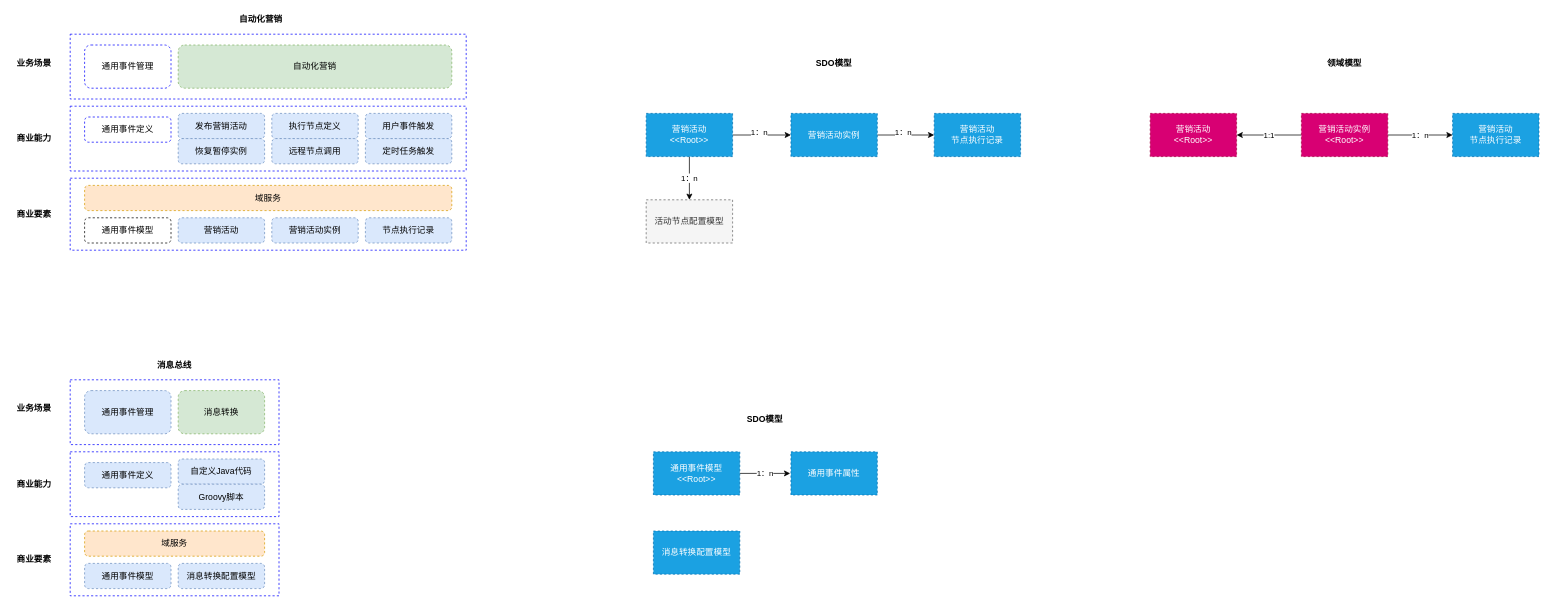
Earlier version of the draw.io diagram page "Page-3" (3 of 3) of Untitled Diagram.drawio (juxiemushu/Personalword). Source tidied: cells renumbered, new cells numbered last; positions are measured from the earlier drawing's top-left corner, leaving out a move shared by most shapes. Both pictures are drawn from the tidied source at 72%, with x=0, y=0 at pixel (12, 12).
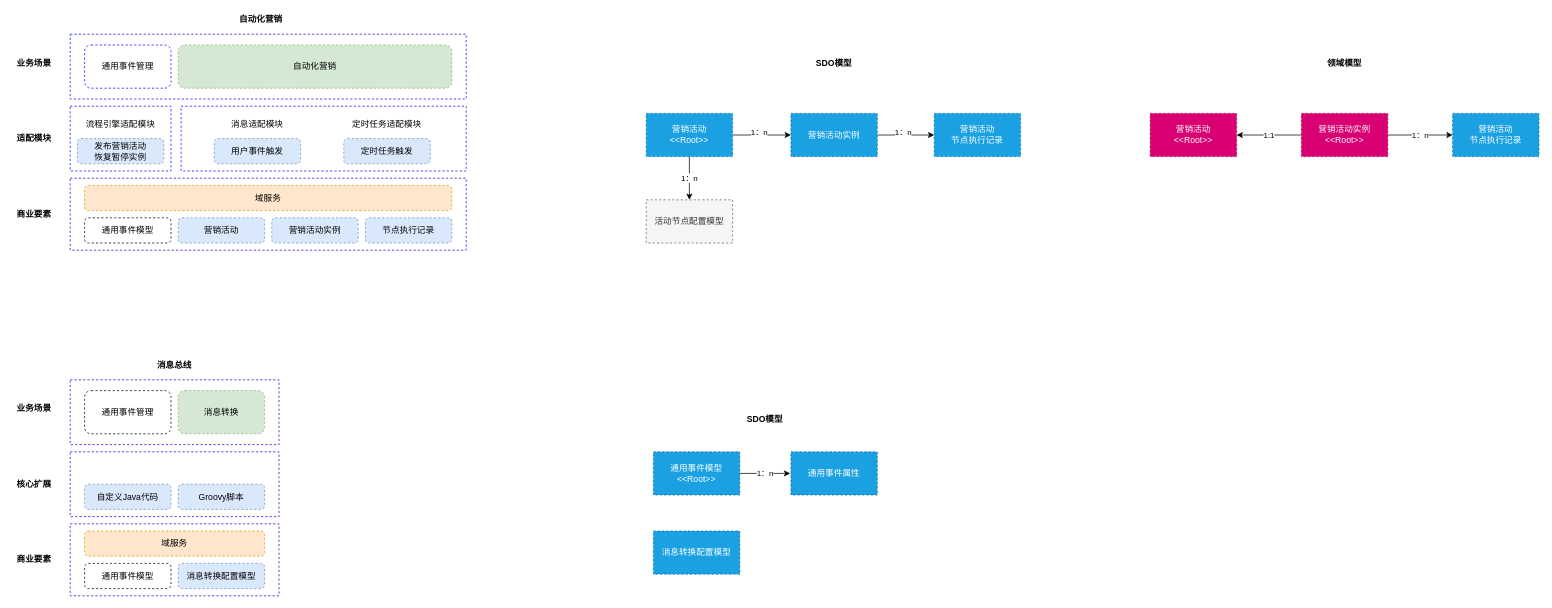
Above is the later version.

The edit, as a diff of the source:
```diff
@@
+    <mxCell id="59" style="rounded=0;whiteSpace=wrap;html=1;dashed=1;strokeColor=#0000FF;" parent="1" vertex="1">
+      <mxGeometry x="234" y="130" width="396" height="90" as="geometry" />
+    </mxCell>
@@
     <mxCell id="7" style="rounded=0;whiteSpace=wrap;html=1;dashed=1;strokeColor=#0000FF;" parent="1" vertex="1">
-      <mxGeometry x="80" y="130" width="550" height="90" as="geometry" />
+      <mxGeometry x="80" y="130" width="140" height="90" as="geometry" />
     </mxCell>
-    <mxCell id="8" value="&lt;b&gt;商业能力&lt;/b&gt;" style="text;html=1;strokeColor=none;fillColor=none;align=center;verticalAlign=middle;whiteSpace=wrap;rounded=0;dashed=1;" parent="1" vertex="1">
+    <mxCell id="8" value="&lt;b&gt;适配模块&lt;/b&gt;" style="text;html=1;strokeColor=none;fillColor=none;align=center;verticalAlign=middle;whiteSpace=wrap;rounded=0;dashed=1;" parent="1" vertex="1">
       <mxGeometry y="165" width="60" height="20" as="geometry" />
     </mxCell>
-    <mxCell id="9" value="通用事件定义" style="rounded=1;whiteSpace=wrap;html=1;dashed=1;strokeColor=#0000FF;" parent="1" vertex="1">
-      <mxGeometry x="100" y="145" width="120" height="35" as="geometry" />
-    </mxCell>
-    <mxCell id="10" value="发布营销活动" style="rounded=1;whiteSpace=wrap;html=1;dashed=1;strokeColor=#6c8ebf;fillColor=#dae8fc;" parent="1" vertex="1">
-      <mxGeometry x="230" y="140" width="120" height="35" as="geometry" />
-    </mxCell>
-    <mxCell id="11" value="恢复暂停实例" style="rounded=1;whiteSpace=wrap;html=1;dashed=1;strokeColor=#6c8ebf;fillColor=#dae8fc;" parent="1" vertex="1">
-      <mxGeometry x="230" y="175" width="120" height="35" as="geometry" />
-    </mxCell>
     <mxCell id="12" value="用户事件触发" style="rounded=1;whiteSpace=wrap;html=1;dashed=1;strokeColor=#6c8ebf;fillColor=#dae8fc;" parent="1" vertex="1">
-      <mxGeometry x="490" y="140" width="120" height="35" as="geometry" />
+      <mxGeometry x="280" y="175" width="120" height="35" as="geometry" />
     </mxCell>
     <mxCell id="13" value="定时任务触发" style="rounded=1;whiteSpace=wrap;html=1;dashed=1;strokeColor=#6c8ebf;fillColor=#dae8fc;" parent="1" vertex="1">
-      <mxGeometry x="490" y="175" width="120" height="35" as="geometry" />
+      <mxGeometry x="460" y="175" width="120" height="35" as="geometry" />
     </mxCell>
-    <mxCell id="14" value="执行节点定义" style="rounded=1;whiteSpace=wrap;html=1;dashed=1;strokeColor=#6c8ebf;fillColor=#dae8fc;" parent="1" vertex="1">
-      <mxGeometry x="360" y="140" width="120" height="35" as="geometry" />
-    </mxCell>
-    <mxCell id="15" value="远程节点调用" style="rounded=1;whiteSpace=wrap;html=1;dashed=1;strokeColor=#6c8ebf;fillColor=#dae8fc;" parent="1" vertex="1">
-      <mxGeometry x="360" y="175" width="120" height="35" as="geometry" />
-    </mxCell>
@@
-    <mxCell id="42" value="通用事件管理" style="rounded=1;whiteSpace=wrap;html=1;dashed=1;strokeColor=#6c8ebf;fillColor=#dae8fc;" parent="1" vertex="1">
+    <mxCell id="42" value="通用事件管理" style="rounded=1;whiteSpace=wrap;html=1;dashed=1;" parent="1" vertex="1">
       <mxGeometry x="100" y="525" width="120" height="60" as="geometry" />
     </mxCell>
@@
-    <mxCell id="45" value="&lt;b&gt;商业能力&lt;/b&gt;" style="text;html=1;strokeColor=none;fillColor=none;align=center;verticalAlign=middle;whiteSpace=wrap;rounded=0;dashed=1;" parent="1" vertex="1">
+    <mxCell id="45" value="&lt;b&gt;核心扩展&lt;/b&gt;" style="text;html=1;strokeColor=none;fillColor=none;align=center;verticalAlign=middle;whiteSpace=wrap;rounded=0;dashed=1;" parent="1" vertex="1">
       <mxGeometry y="645" width="60" height="20" as="geometry" />
     </mxCell>
-    <mxCell id="46" value="通用事件定义" style="rounded=1;whiteSpace=wrap;html=1;dashed=1;strokeColor=#6c8ebf;fillColor=#dae8fc;" parent="1" vertex="1">
-      <mxGeometry x="100" y="625" width="120" height="35" as="geometry" />
-    </mxCell>
     <mxCell id="47" value="自定义Java代码" style="rounded=1;whiteSpace=wrap;html=1;dashed=1;strokeColor=#6c8ebf;fillColor=#dae8fc;" parent="1" vertex="1">
-      <mxGeometry x="230" y="620" width="120" height="35" as="geometry" />
+      <mxGeometry x="100" y="655" width="120" height="35" as="geometry" />
     </mxCell>
@@
-    <mxCell id="52" value="通用事件模型" style="rounded=1;whiteSpace=wrap;html=1;dashed=1;fillColor=#dae8fc;strokeColor=#6c8ebf;" parent="1" vertex="1">
+    <mxCell id="52" value="通用事件模型" style="rounded=1;whiteSpace=wrap;html=1;dashed=1;" parent="1" vertex="1">
       <mxGeometry x="100" y="765" width="120" height="35" as="geometry" />
     </mxCell>
@@
+    <mxCell id="60" value="消息适配模块" style="text;html=1;strokeColor=none;fillColor=none;align=center;verticalAlign=middle;whiteSpace=wrap;rounded=0;dashed=1;" parent="1" vertex="1">
+      <mxGeometry x="300" y="145" width="80" height="20" as="geometry" />
+    </mxCell>
+    <mxCell id="61" value="定时任务适配模块" style="text;html=1;strokeColor=none;fillColor=none;align=center;verticalAlign=middle;whiteSpace=wrap;rounded=0;dashed=1;" parent="1" vertex="1">
+      <mxGeometry x="470" y="145" width="100" height="20" as="geometry" />
+    </mxCell>
+    <mxCell id="62" value="发布营销活动&lt;br&gt;恢复暂停实例" style="rounded=1;whiteSpace=wrap;html=1;dashed=1;strokeColor=#6c8ebf;fillColor=#dae8fc;" parent="1" vertex="1">
+      <mxGeometry x="90" y="175" width="120" height="35" as="geometry" />
+    </mxCell>
+    <mxCell id="63" value="流程引擎适配模块" style="text;html=1;strokeColor=none;fillColor=none;align=center;verticalAlign=middle;whiteSpace=wrap;rounded=0;dashed=1;" parent="1" vertex="1">
+      <mxGeometry x="100" y="145" width="100" height="20" as="geometry" />
+    </mxCell>
```
